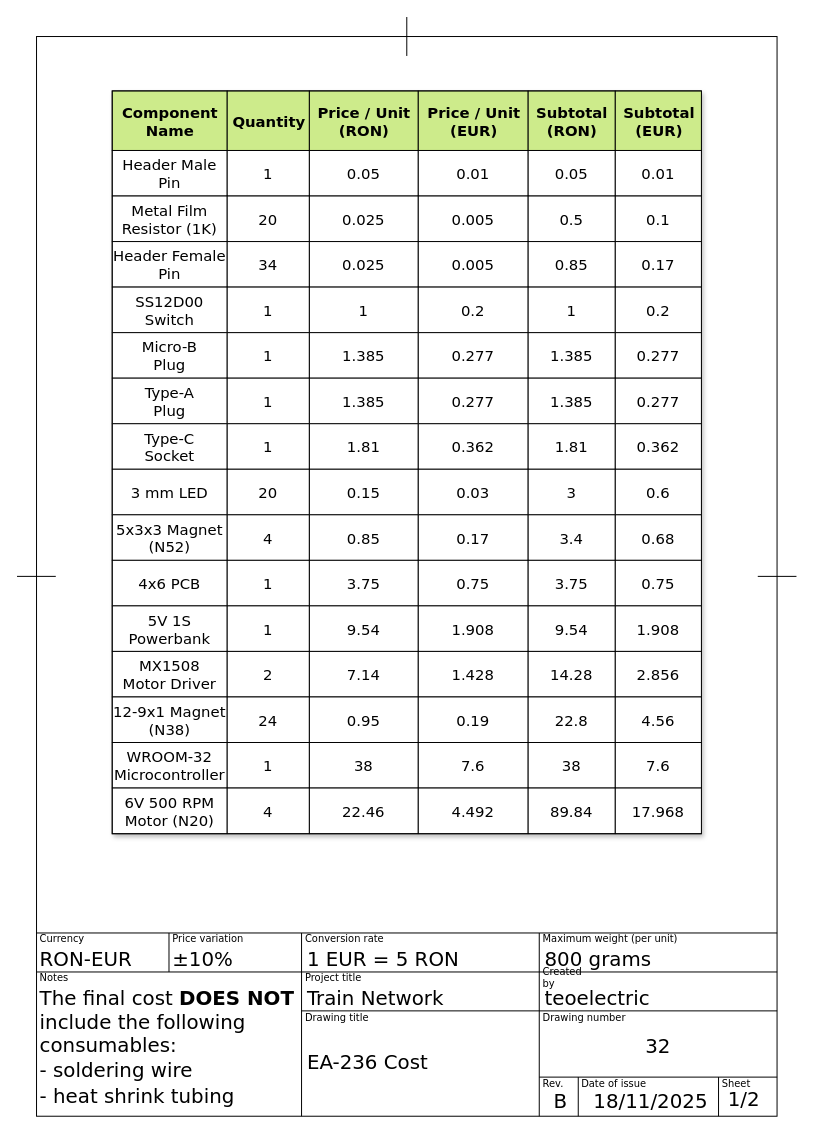
Earlier version of the draw.io diagram page "Sheet 1" (1 of 2) of Projects/TrainNetwork/RollingStock/Locomotives/EA-236/Cost/DRAWIO/EA-236_Cost.drawio (teodormorosanu/Electronic-Projects). Source tidied: cells renumbered, new cells numbered last; positions are measured from the earlier drawing's top-left corner, leaving out a move shared by most shapes. Both pictures are drawn from the tidied source at 99%, with x=0, y=0 at pixel (17, 17).
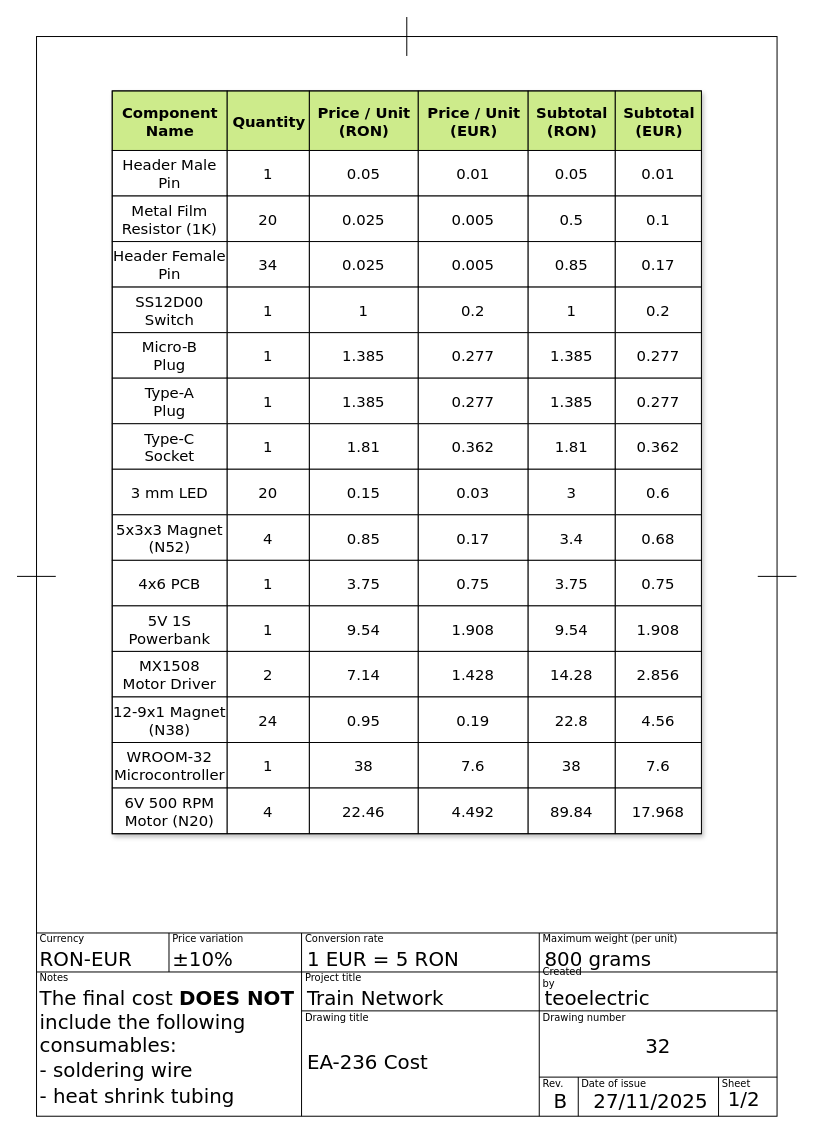
The same page after the edit.

Change to the diagram source:
```diff
@@
-    <mxCell id="154" value="&lt;font style=&quot;font-size: 20px; font-weight: normal;&quot;&gt;18/11/2025&lt;/font&gt;" style="text;html=1;align=center;verticalAlign=middle;whiteSpace=wrap;rounded=0;fillColor=none;fontStyle=1;fontFamily=Verdana;" parent="1" vertex="1">
+    <mxCell id="154" value="&lt;font style=&quot;font-size: 20px; font-weight: normal;&quot;&gt;27/11/2025&lt;/font&gt;" style="text;html=1;align=center;verticalAlign=middle;whiteSpace=wrap;rounded=0;fillColor=none;fontStyle=1;fontFamily=Verdana;" parent="1" vertex="1">
       <mxGeometry x="629.6" y="1088.3" width="19.7" height="12.3" as="geometry" />
     </mxCell>
```
